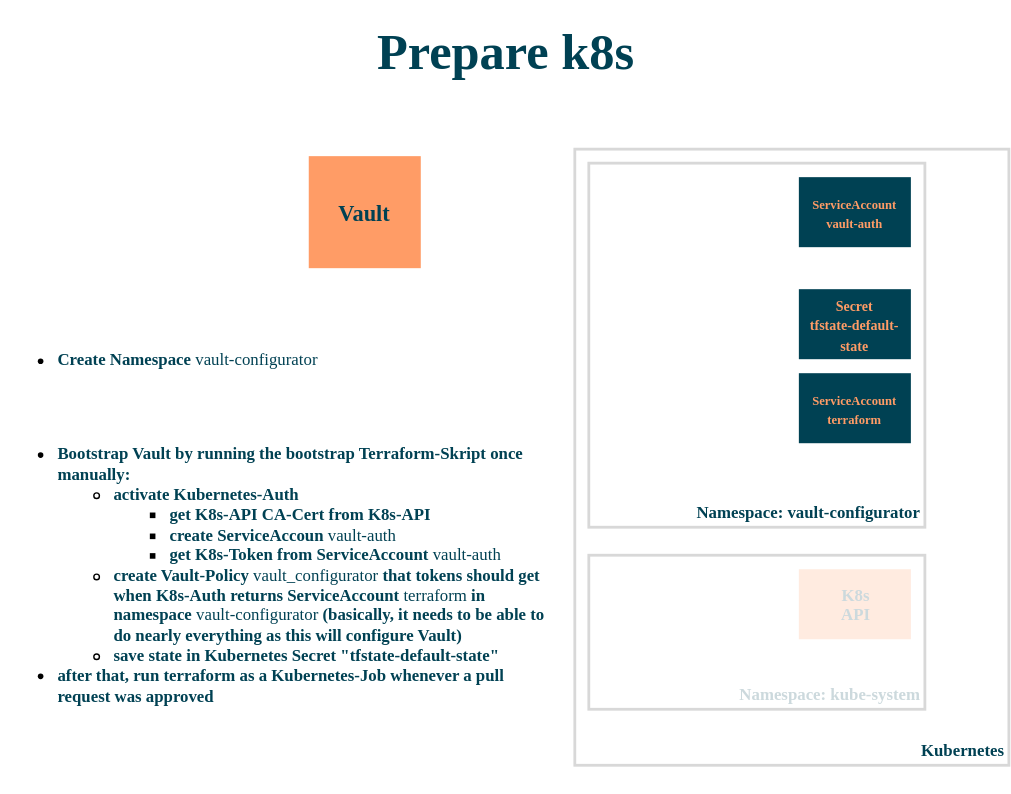
kesselborn/vault-demo keeps this draw.io diagram as terraform/vault-configurator.svg. Above is the earlier version. Source tidied: cells renumbered, new cells last; positions are measured from the earlier drawing's top-left corner, leaving out a move shared by most shapes.
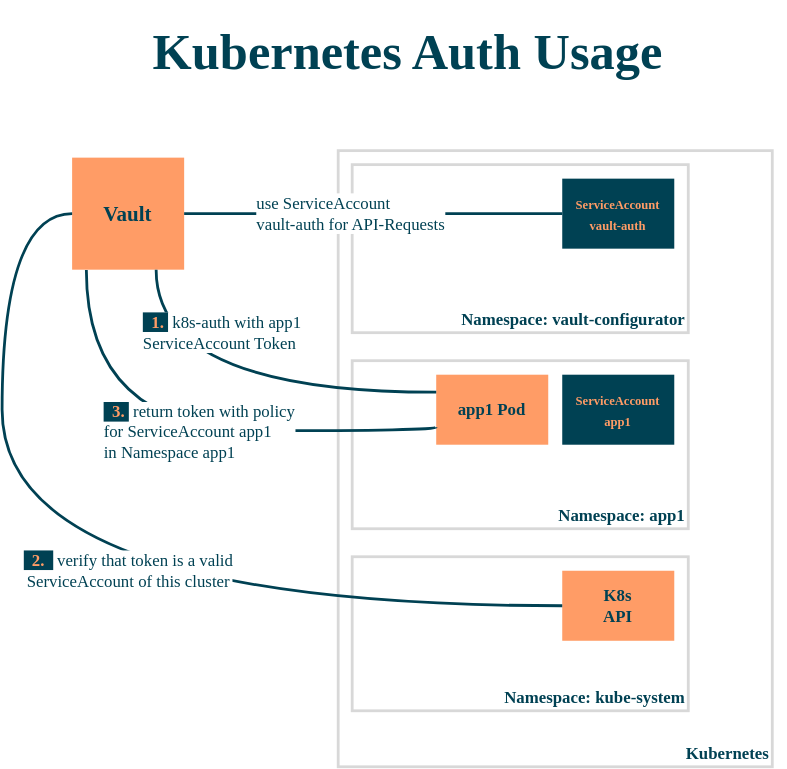
Above is the later version.

Commit message:
Commit terraform configuration strategy

The edit, as a diff of the source:
```diff
@@ -1,39 +1,78 @@
 <mxGraphModel>
   <root>
     <mxCell id="0" />
-    <mxCell id="1" value="Prepare vault and k8s" parent="0" />
+    <mxCell id="13" value="Kubernetes Auth Usage" parent="0" />
-    <mxCell id="2" value="&lt;font color=&quot;#004153&quot; face=&quot;Mark Pro&quot;&gt;&lt;b&gt;Kubernetes&lt;/b&gt;&lt;/font&gt;" style="whiteSpace=wrap;html=1;verticalAlign=bottom;align=right;strokeWidth=2;strokeColor=#D8D8D8;fontFamily=Mark Pro;" parent="1" vertex="1">
+    <mxCell id="2" value="&lt;font color=&quot;#004153&quot; face=&quot;Mark Pro&quot;&gt;&lt;b&gt;Kubernetes&lt;/b&gt;&lt;/font&gt;" style="whiteSpace=wrap;html=1;verticalAlign=bottom;align=right;strokeWidth=2;strokeColor=#D8D8D8;fontFamily=Mark Pro;" parent="13" vertex="1">
       <mxGeometry x="410" y="90" width="310" height="440" as="geometry" />
     </mxCell>
-    <mxCell id="3" value="&lt;font color=&quot;#004153&quot; face=&quot;Mark Pro&quot;&gt;&lt;b&gt;Namespace: kube-system&lt;/b&gt;&lt;/font&gt;" style="whiteSpace=wrap;html=1;align=right;verticalAlign=bottom;fontColor=#F4F4F4;strokeColor=#D8D8D8;strokeWidth=2;fontFamily=Hack;" parent="1" vertex="1">
+    <mxCell id="3" value="&lt;font color=&quot;#004153&quot; face=&quot;Mark Pro&quot;&gt;&lt;b&gt;Namespace: kube-system&lt;/b&gt;&lt;/font&gt;" style="whiteSpace=wrap;html=1;align=right;verticalAlign=bottom;fontColor=#F4F4F4;strokeColor=#D8D8D8;strokeWidth=2;fontFamily=Hack;" parent="13" vertex="1">
       <mxGeometry x="420" y="380" width="240" height="110" as="geometry" />
     </mxCell>
-    <mxCell id="4" value="&lt;b&gt;&lt;font face=&quot;Mark Pro&quot; style=&quot;font-size: 16px&quot;&gt;Vault&lt;/font&gt;&lt;/b&gt;" style="whiteSpace=wrap;html=1;strokeColor=none;fillColor=#FF9C66;fontColor=#004153;" parent="1" vertex="1">
+    <mxCell id="4" value="&lt;b&gt;&lt;font face=&quot;Mark Pro&quot; style=&quot;font-size: 15px&quot;&gt;Vault&lt;/font&gt;&lt;/b&gt;" style="whiteSpace=wrap;html=1;strokeColor=none;fillColor=#FF9C66;fontColor=#004153;" parent="13" vertex="1">
       <mxGeometry x="220" y="95" width="80" height="80" as="geometry" />
     </mxCell>
-    <mxCell id="5" value="&lt;font color=&quot;#004153&quot; face=&quot;Mark Pro&quot;&gt;&lt;b&gt;Namespace: vault-configurator&lt;/b&gt;&lt;/font&gt;" style="whiteSpace=wrap;html=1;align=right;verticalAlign=bottom;fontColor=#F4F4F4;strokeColor=#D8D8D8;strokeWidth=2;fontFamily=Hack;" parent="1" vertex="1">
-      <mxGeometry x="420" y="100" width="240" height="260" as="geometry" />
+    <mxCell id="5" value="&lt;font color=&quot;#004153&quot; face=&quot;Mark Pro&quot;&gt;&lt;b&gt;Namespace: vault-configurator&lt;/b&gt;&lt;/font&gt;" style="whiteSpace=wrap;html=1;align=right;verticalAlign=bottom;fontColor=#F4F4F4;strokeColor=#D8D8D8;strokeWidth=2;fontFamily=Hack;" parent="13" vertex="1">
+      <mxGeometry x="420" y="100" width="240" height="120" as="geometry" />
     </mxCell>
-    <mxCell id="6" value="&lt;font style=&quot;font-size: 9px&quot;&gt;&lt;b&gt;&lt;font face=&quot;Mark Pro&quot;&gt;ServiceAccount&lt;br&gt;vault-auth&lt;/font&gt;&lt;br&gt;&lt;/b&gt;&lt;/font&gt;" style="whiteSpace=wrap;html=1;strokeColor=none;fillColor=#004153;fontColor=#FF9C66;" parent="1" vertex="1">
+    <mxCell id="6" value="&lt;font style=&quot;font-size: 9px&quot;&gt;&lt;b&gt;&lt;font face=&quot;Mark Pro&quot;&gt;ServiceAccount&lt;br&gt;vault-auth&lt;/font&gt;&lt;br&gt;&lt;/b&gt;&lt;/font&gt;" style="whiteSpace=wrap;html=1;strokeColor=none;fillColor=#004153;fontColor=#FF9C66;" parent="13" vertex="1">
       <mxGeometry x="570" y="110" width="80" height="50" as="geometry" />
     </mxCell>
-    <mxCell id="7" value="&lt;b&gt;&lt;font face=&quot;Mark Pro&quot;&gt;K8s&lt;br&gt;API&lt;/font&gt;&lt;br&gt;&lt;/b&gt;" style="whiteSpace=wrap;html=1;strokeColor=none;fillColor=#FF9C66;fontColor=#004153;" parent="1" vertex="1">
+    <mxCell id="7" value="&lt;b&gt;&lt;font face=&quot;Mark Pro&quot;&gt;K8s&lt;br&gt;API&lt;/font&gt;&lt;br&gt;&lt;/b&gt;" style="whiteSpace=wrap;html=1;strokeColor=none;fillColor=#FF9C66;fontColor=#004153;" parent="13" vertex="1">
       <mxGeometry x="570" y="390" width="80" height="50" as="geometry" />
     </mxCell>
-    <mxCell id="8" value="&lt;font style=&quot;font-size: 9px&quot;&gt;&lt;b&gt;&lt;font face=&quot;Mark Pro&quot;&gt;ServiceAccount&lt;br&gt;terraform&lt;/font&gt;&lt;br&gt;&lt;/b&gt;&lt;/font&gt;" style="whiteSpace=wrap;html=1;strokeColor=none;fillColor=#004153;fontColor=#FF9C66;" parent="1" vertex="1">
-      <mxGeometry x="570" y="250" width="80" height="50" as="geometry" />
-    </mxCell>
-    <mxCell id="9" value="&lt;h1&gt;&lt;font color=&quot;#004153&quot; style=&quot;font-size: 36px&quot; face=&quot;Mark Pro&quot;&gt;Prepare k8s&lt;/font&gt;&lt;/h1&gt;" style="text;html=1;align=center;verticalAlign=middle;whiteSpace=wrap;rounded=0;comic=0;fontFamily=Mark Pro;fontStyle=0;" parent="1" vertex="1">
-      <mxGeometry x="90" width="540" height="40" as="geometry" />
-    </mxCell>
-    <mxCell id="10" value="&lt;ul&gt;&lt;li&gt;&lt;b style=&quot;color: rgb(0 , 65 , 83)&quot;&gt;Create Namespace &lt;/b&gt;&lt;font style=&quot;color: rgb(0 , 65 , 83)&quot;&gt;&lt;font face=&quot;Hack&quot;&gt;vault-configurator&lt;/font&gt;&lt;br&gt;&lt;br&gt;&lt;/font&gt;&lt;/li&gt;&lt;/ul&gt;&lt;font style=&quot;color: rgb(0 , 65 , 83)&quot; face=&quot;Mark Pro&quot;&gt;&lt;br&gt;&lt;/font&gt;&lt;div&gt;&lt;ul&gt;&lt;li&gt;&lt;font color=&quot;#004153&quot; face=&quot;Mark Pro&quot;&gt;&lt;b&gt;Bootstrap Vault by running the bootstrap Terraform-Skript once manually:&lt;/b&gt;&lt;/font&gt;&lt;/li&gt;&lt;ul&gt;&lt;li&gt;&lt;font color=&quot;#004153&quot; face=&quot;Mark Pro&quot;&gt;&lt;b&gt;activate Kubernetes-Auth&lt;/b&gt;&lt;/font&gt;&lt;/li&gt;&lt;ul&gt;&lt;li&gt;&lt;font color=&quot;#004153&quot; face=&quot;Mark Pro&quot;&gt;&lt;b&gt;get K8s-API CA-Cert from K8s-API&lt;/b&gt;&lt;/font&gt;&lt;/li&gt;&lt;li&gt;&lt;font color=&quot;#004153&quot;&gt;&lt;b&gt;create ServiceAccoun &lt;/b&gt;&lt;font face=&quot;Hack&quot;&gt;vault-auth&lt;/font&gt;&lt;/font&gt;&lt;/li&gt;&lt;li&gt;&lt;font color=&quot;#004153&quot;&gt;&lt;b&gt;get K8s-Token from ServiceAccount &lt;/b&gt;&lt;font face=&quot;Hack&quot;&gt;vault-auth&lt;/font&gt;&lt;/font&gt;&lt;/li&gt;&lt;/ul&gt;&lt;li&gt;&lt;font color=&quot;#004153&quot;&gt;&lt;b&gt;create Vault-Policy&lt;font face=&quot;Hack&quot;&gt; &lt;/font&gt;&lt;/b&gt;&lt;font face=&quot;Hack&quot;&gt;vault_configurator&lt;/font&gt;&lt;b&gt; that tokens should get when K8s-Auth returns ServiceAccount &lt;/b&gt;&lt;font face=&quot;Hack&quot;&gt;terraform&lt;/font&gt;&lt;b&gt; in namespace &lt;/b&gt;&lt;font face=&quot;Hack&quot;&gt;vault-configurator&lt;/font&gt;&lt;b&gt; (basically, it needs to be able to do nearly everything as this will configure Vault)&lt;/b&gt;&lt;/font&gt;&lt;/li&gt;&lt;li&gt;&lt;font color=&quot;#004153&quot; face=&quot;Mark Pro&quot;&gt;&lt;b&gt;save state in Kubernetes Secret &quot;tfstate-default-state&quot;&lt;/b&gt;&lt;/font&gt;&lt;/li&gt;&lt;/ul&gt;&lt;li&gt;&lt;font color=&quot;#004153&quot; face=&quot;Mark Pro&quot;&gt;&lt;b&gt;after that, run terraform as a Kubernetes-Job whenever a pull request was approved&lt;/b&gt;&lt;/font&gt;&lt;/li&gt;&lt;/ul&gt;&lt;/div&gt;&lt;div&gt;&lt;br&gt;&lt;/div&gt;" style="text;html=1;strokeColor=none;fillColor=none;align=left;verticalAlign=bottom;whiteSpace=wrap;rounded=0;comic=0;fontFamily=Mark Pro;spacing=1;horizontal=1;" parent="1" vertex="1">
-      <mxGeometry y="230" width="390" height="320" as="geometry" />
-    </mxCell>
-    <mxCell id="11" style="whiteSpace=wrap;html=1;rounded=0;comic=0;fillColor=#ffffff;gradientColor=none;fontFamily=Mark Pro;align=left;strokeColor=none;opacity=80;" parent="1" vertex="1">
-      <mxGeometry x="426" y="386" width="232" height="102" as="geometry" />
-    </mxCell>
-    <mxCell id="12" value="&lt;font size=&quot;1&quot; face=&quot;Mark Pro&quot;&gt;&lt;b&gt;Secret&lt;br&gt;tfstate-default-state&lt;/b&gt;&lt;/font&gt;" style="whiteSpace=wrap;html=1;strokeColor=none;fillColor=#004153;fontColor=#FF9C66;" parent="1" vertex="1">
-      <mxGeometry x="570" y="190" width="80" height="50" as="geometry" />
-    </mxCell>
+    <mxCell id="14" value="&lt;font color=&quot;#004153&quot; face=&quot;Mark Pro&quot;&gt;&lt;b&gt;Namespace: app1&lt;/b&gt;&lt;/font&gt;" style="whiteSpace=wrap;html=1;align=right;verticalAlign=bottom;fontColor=#F4F4F4;strokeColor=#D8D8D8;strokeWidth=2;fontFamily=Hack;" parent="13" vertex="1">
+      <mxGeometry x="420" y="240" width="240" height="120" as="geometry" />
+    </mxCell>
+    <mxCell id="15" value="&lt;b&gt;&lt;font face=&quot;Mark Pro&quot;&gt;app1 Pod&lt;/font&gt;&lt;/b&gt;" style="whiteSpace=wrap;html=1;strokeColor=none;fillColor=#FF9C66;fontColor=#004153;" parent="13" vertex="1">
+      <mxGeometry x="480" y="250" width="80" height="50" as="geometry" />
+    </mxCell>
+    <mxCell id="16" value="&lt;font style=&quot;font-size: 9px&quot;&gt;&lt;b&gt;&lt;font face=&quot;Mark Pro&quot;&gt;ServiceAccount&lt;br&gt;app1&lt;/font&gt;&lt;br&gt;&lt;/b&gt;&lt;/font&gt;" style="whiteSpace=wrap;html=1;strokeColor=none;fillColor=#004153;fontColor=#FF9C66;" parent="13" vertex="1">
+      <mxGeometry x="570" y="250" width="80" height="50" as="geometry" />
+    </mxCell>
+    <mxCell id="17" style="endArrow=none;html=1;fontColor=#FF9C66;entryX=0.75;entryY=1;entryDx=0;entryDy=0;exitX=0;exitY=0.25;exitDx=0;exitDy=0;edgeStyle=orthogonalEdgeStyle;curved=1;strokeColor=#004153;strokeWidth=2;" parent="13" edge="1" source="15" target="4">
+      <mxGeometry relative="1" as="geometry" />
+    </mxCell>
+    <mxCell id="18" value="&lt;font face=&quot;Mark Pro&quot;&gt;&lt;span style=&quot;background-color: rgb(0 , 65 , 83)&quot;&gt;&amp;nbsp;&amp;nbsp;&lt;b&gt;1.&lt;/b&gt;&amp;nbsp;&lt;/span&gt; &lt;font color=&quot;#004153&quot;&gt;k8s-auth with app1 &lt;br&gt;ServiceAccount Token&lt;/font&gt;&lt;/font&gt;" style="text;html=1;align=left;verticalAlign=middle;labelBackgroundColor=#ffffff;fontColor=#FF9C66;" parent="17" vertex="1">
+      <mxGeometry x="0.11" y="-26" relative="1" as="geometry">
+        <mxPoint x="-50.5" y="-16.6" as="offset" />
+      </mxGeometry>
+    </mxCell>
+    <mxCell id="19" style="endArrow=none;html=1;strokeColor=#004153;strokeWidth=2;fontColor=#FF9C66;entryX=0;entryY=0.5;entryDx=0;entryDy=0;exitX=1;exitY=0.5;exitDx=0;exitDy=0;edgeStyle=entityRelationEdgeStyle;" parent="13" edge="1" source="4" target="6">
+      <mxGeometry relative="1" as="geometry" />
+    </mxCell>
+    <mxCell id="20" value="&lt;font color=&quot;#004153&quot; face=&quot;Mark Pro&quot;&gt;use ServiceAccount&lt;br&gt;vault-auth for API-Requests&lt;/font&gt;" style="text;html=1;align=left;verticalAlign=middle;labelBackgroundColor=#ffffff;fontColor=#FF9C66;" parent="19" vertex="1">
+      <mxGeometry x="-0.21" y="-3" relative="1" as="geometry">
+        <mxPoint x="-57.4" y="-3" as="offset" />
+      </mxGeometry>
+    </mxCell>
+    <mxCell id="21" style="endArrow=none;html=1;fontColor=#FF9C66;entryX=0;entryY=0.5;entryDx=0;entryDy=0;exitX=0;exitY=0.5;exitDx=0;exitDy=0;edgeStyle=orthogonalEdgeStyle;curved=1;strokeColor=#004153;strokeWidth=2;" parent="13" edge="1" source="7" target="4">
+      <mxGeometry relative="1" as="geometry">
+        <Array as="points">
+          <mxPoint x="170" y="415" />
+          <mxPoint x="170" y="135" />
+        </Array>
+      </mxGeometry>
+    </mxCell>
+    <mxCell id="22" value="&lt;div style=&quot;text-align: left&quot;&gt;&lt;font face=&quot;Mark Pro&quot;&gt;&lt;b style=&quot;background-color: rgb(0 , 65 , 83)&quot;&gt;&amp;nbsp; 2.&amp;nbsp;&amp;nbsp;&lt;/b&gt;&lt;font color=&quot;#004153&quot;&gt;&amp;nbsp;verify that token is a valid&lt;/font&gt;&lt;/font&gt;&lt;/div&gt;&lt;font color=&quot;#004153&quot; face=&quot;Mark Pro&quot;&gt;ServiceAccount of this cluster&lt;/font&gt;" style="text;html=1;align=center;verticalAlign=middle;labelBackgroundColor=#ffffff;fontColor=#FF9C66;" parent="21" vertex="1">
+      <mxGeometry x="0.11" y="-26" relative="1" as="geometry">
+        <mxPoint x="63.8" y="-20.6" as="offset" />
+      </mxGeometry>
+    </mxCell>
+    <mxCell id="23" style="endArrow=none;html=1;strokeColor=#004153;strokeWidth=2;fontColor=#FF9C66;entryX=0.127;entryY=1.003;entryDx=0;entryDy=0;exitX=0;exitY=0.75;exitDx=0;exitDy=0;edgeStyle=orthogonalEdgeStyle;curved=1;entryPerimeter=0;" parent="13" edge="1" source="15" target="4">
+      <mxGeometry relative="1" as="geometry">
+        <Array as="points">
+          <mxPoint x="480" y="290" />
+          <mxPoint x="230" y="290" />
+        </Array>
+      </mxGeometry>
+    </mxCell>
+    <mxCell id="24" value="&lt;font face=&quot;Mark Pro&quot;&gt;&lt;font style=&quot;background-color: rgb(0 , 65 , 83)&quot;&gt;&lt;b&gt;&amp;nbsp; 3.&amp;nbsp;&lt;/b&gt;&lt;/font&gt;&lt;font color=&quot;#004153&quot;&gt; return token with policy&lt;br&gt;for ServiceAccount app1&lt;br&gt;in Namespace app1&lt;/font&gt;&lt;/font&gt;" style="text;html=1;align=left;verticalAlign=middle;labelBackgroundColor=#ffffff;fontColor=#FF9C66;" parent="23" vertex="1">
+      <mxGeometry x="0.04" y="-6" relative="1" as="geometry">
+        <mxPoint x="-50.9" y="6.1" as="offset" />
+      </mxGeometry>
+    </mxCell>
+    <mxCell id="25" value="&lt;h1&gt;&lt;font color=&quot;#004153&quot; style=&quot;font-size: 36px&quot; face=&quot;Mark Pro&quot;&gt;Kubernetes Auth Usage&lt;/font&gt;&lt;/h1&gt;" style="text;html=1;align=center;verticalAlign=middle;whiteSpace=wrap;rounded=0;comic=0;fontFamily=Mark Pro;fontStyle=0;" parent="13" vertex="1">
+      <mxGeometry x="190" width="540" height="40" as="geometry" />
+    </mxCell>
   </root>
 </mxGraphModel>
```
